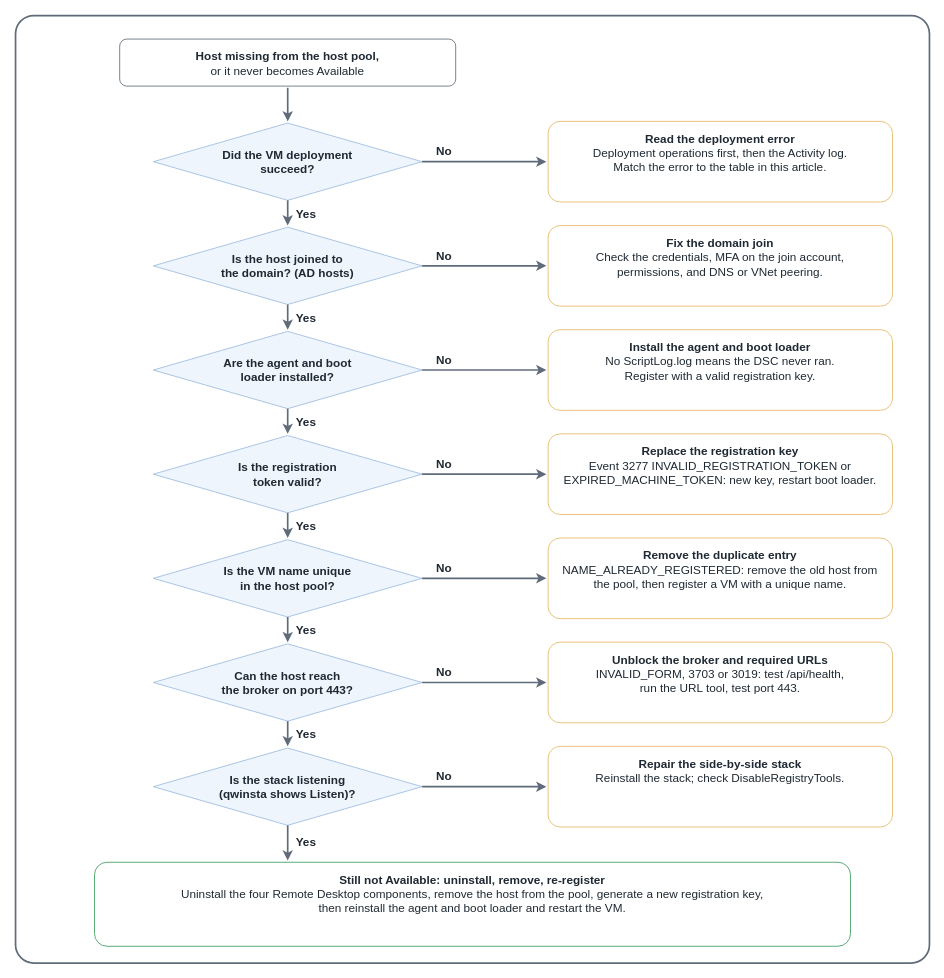
Before: src/img/avd/troubleshoot-host-pool-registration-failures.drawio in AddySidd27/cloud-ai-notes, a draw.io diagram. Source tidied: cells renumbered, new cells numbered last; positions are measured from the earlier drawing's top-left corner, leaving out a move shared by most shapes. Both pictures are drawn from the tidied source at 84%, with x=0, y=0 at pixel (15, 15). Pictures stored in the file or linked from it are replaced by grey dashed boxes.
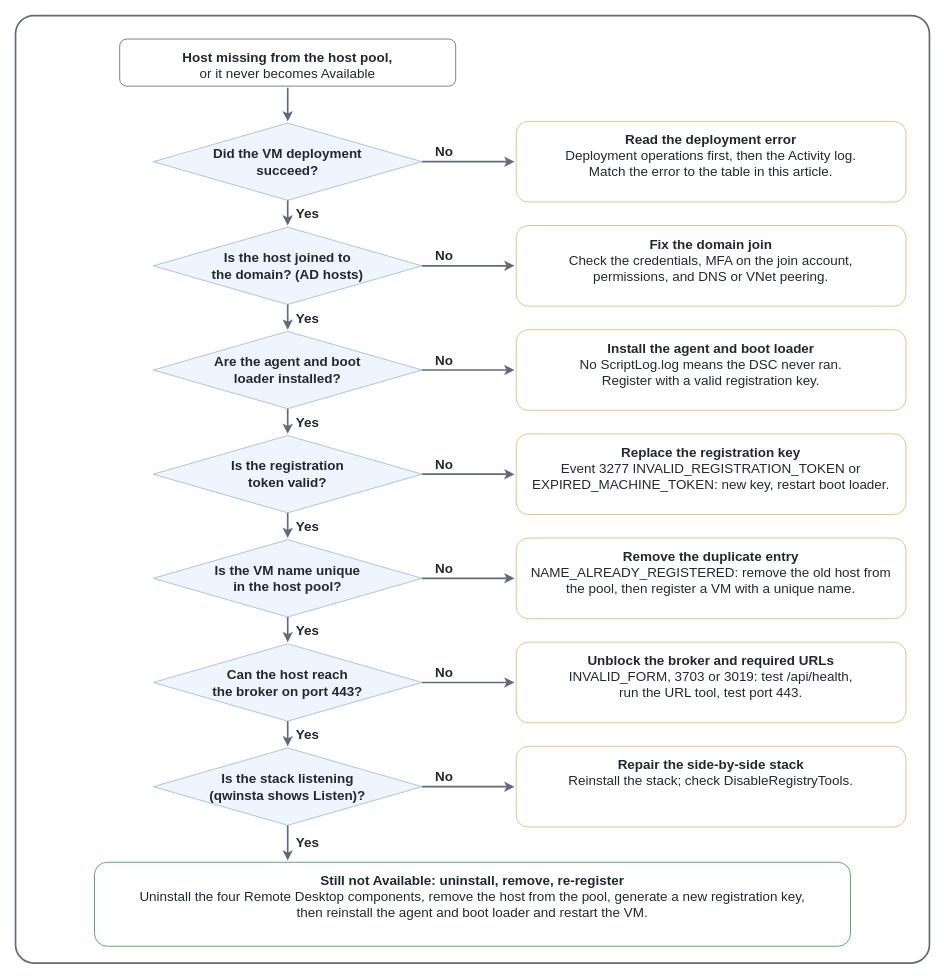
After the change.

The edit, as a diff of the source:
```diff
@@
-    <mxCell id="4" value="&lt;b&gt;Host missing from the host pool,&lt;/b&gt;&lt;br&gt;or it never becomes Available" style="rounded=1;whiteSpace=wrap;html=1;fillColor=#ffffff;strokeColor=#5f6b7a;fontSize=14;fontColor=#1f2933;verticalAlign=top;spacingTop=6;" parent="1" vertex="1">
+    <mxCell id="4" value="&lt;b&gt;Host missing from the host pool,&lt;/b&gt;&lt;br&gt;or it never becomes Available" style="rounded=1;whiteSpace=wrap;html=1;fillColor=#ffffff;strokeColor=#5f6b7a;fontSize=16;fontColor=#1f2933;verticalAlign=top;spacingTop=6;" parent="1" vertex="1">
       <mxGeometry x="124" y="28" width="400" height="56" as="geometry" />
     </mxCell>
@@
-    <mxCell id="6" value="&lt;b&gt;Did the VM deployment&lt;br&gt;succeed?&lt;/b&gt;" style="rhombus;whiteSpace=wrap;html=1;fillColor=#eef5fc;strokeColor=#9bbbe0;fontSize=14;fontColor=#1f2933;" parent="1" vertex="1">
+    <mxCell id="6" value="&lt;b&gt;Did the VM deployment&lt;br&gt;succeed?&lt;/b&gt;" style="rhombus;whiteSpace=wrap;html=1;fillColor=#eef5fc;strokeColor=#9bbbe0;fontSize=16;fontColor=#1f2933;" parent="1" vertex="1">
       <mxGeometry x="164" y="128" width="320" height="92" as="geometry" />
     </mxCell>
-    <mxCell id="7" value="&lt;b&gt;Read the deployment error&lt;/b&gt;&lt;br&gt;Deployment operations first, then the Activity log.&lt;br&gt;Match the error to the table in this article." style="rounded=1;whiteSpace=wrap;html=1;fillColor=#ffffff;strokeColor=#e6b866;fontSize=14;fontColor=#1f2933;verticalAlign=top;spacingTop=6;" parent="1" vertex="1">
-      <mxGeometry x="634" y="126" width="410" height="96" as="geometry" />
+    <mxCell id="7" value="&lt;b&gt;Read the deployment error&lt;/b&gt;&lt;br&gt;Deployment operations first, then the Activity log.&lt;br&gt;Match the error to the table in this article." style="rounded=1;whiteSpace=wrap;html=1;fillColor=#ffffff;strokeColor=#e6b866;fontSize=16;fontColor=#1f2933;verticalAlign=top;spacingTop=6;" parent="1" vertex="1">
+      <mxGeometry x="596" y="126" width="464" height="96" as="geometry" />
     </mxCell>
     <mxCell id="8" style="edgeStyle=none;html=1;endArrow=classic;strokeColor=#5f6b7a;strokeWidth=2;" parent="1" edge="1">
       <mxGeometry relative="1" as="geometry">
         <mxPoint x="484" y="174" as="sourcePoint" />
-        <mxPoint x="632" y="174" as="targetPoint" />
+        <mxPoint x="594" y="174" as="targetPoint" />
       </mxGeometry>
     </mxCell>
-    <mxCell id="9" value="&lt;b&gt;No&lt;/b&gt;" style="text;html=1;align=center;verticalAlign=middle;fontSize=14;fontColor=#1f2933;" parent="1" vertex="1">
+    <mxCell id="9" value="&lt;b&gt;No&lt;/b&gt;" style="text;html=1;align=center;verticalAlign=middle;fontSize=16;fontColor=#1f2933;" parent="1" vertex="1">
       <mxGeometry x="490" y="150" width="40" height="24" as="geometry" />
     </mxCell>
@@
-    <mxCell id="11" value="&lt;b&gt;Yes&lt;/b&gt;" style="text;html=1;align=left;verticalAlign=middle;fontSize=14;fontColor=#1f2933;" parent="1" vertex="1">
+    <mxCell id="11" value="&lt;b&gt;Yes&lt;/b&gt;" style="text;html=1;align=left;verticalAlign=middle;fontSize=16;fontColor=#1f2933;" parent="1" vertex="1">
       <mxGeometry x="332" y="224" width="40" height="24" as="geometry" />
     </mxCell>
-    <mxCell id="12" value="&lt;b&gt;Is the host joined to&lt;br&gt;the domain? (AD hosts)&lt;/b&gt;" style="rhombus;whiteSpace=wrap;html=1;fillColor=#eef5fc;strokeColor=#9bbbe0;fontSize=14;fontColor=#1f2933;" parent="1" vertex="1">
+    <mxCell id="12" value="&lt;b&gt;Is the host joined to&lt;br&gt;the domain? (AD hosts)&lt;/b&gt;" style="rhombus;whiteSpace=wrap;html=1;fillColor=#eef5fc;strokeColor=#9bbbe0;fontSize=16;fontColor=#1f2933;" parent="1" vertex="1">
       <mxGeometry x="164" y="252" width="320" height="92" as="geometry" />
     </mxCell>
-    <mxCell id="13" value="&lt;b&gt;Fix the domain join&lt;/b&gt;&lt;br&gt;Check the credentials, MFA on the join account,&lt;br&gt;permissions, and DNS or VNet peering." style="rounded=1;whiteSpace=wrap;html=1;fillColor=#ffffff;strokeColor=#e6b866;fontSize=14;fontColor=#1f2933;verticalAlign=top;spacingTop=6;" parent="1" vertex="1">
-      <mxGeometry x="634" y="250" width="410" height="96" as="geometry" />
+    <mxCell id="13" value="&lt;b&gt;Fix the domain join&lt;/b&gt;&lt;br&gt;Check the credentials, MFA on the join account,&lt;br&gt;permissions, and DNS or VNet peering." style="rounded=1;whiteSpace=wrap;html=1;fillColor=#ffffff;strokeColor=#e6b866;fontSize=16;fontColor=#1f2933;verticalAlign=top;spacingTop=6;" parent="1" vertex="1">
+      <mxGeometry x="596" y="250" width="464" height="96" as="geometry" />
     </mxCell>
     <mxCell id="14" style="edgeStyle=none;html=1;endArrow=classic;strokeColor=#5f6b7a;strokeWidth=2;" parent="1" edge="1">
       <mxGeometry relative="1" as="geometry">
         <mxPoint x="484" y="298" as="sourcePoint" />
-        <mxPoint x="632" y="298" as="targetPoint" />
+        <mxPoint x="594" y="298" as="targetPoint" />
       </mxGeometry>
     </mxCell>
-    <mxCell id="15" value="&lt;b&gt;No&lt;/b&gt;" style="text;html=1;align=center;verticalAlign=middle;fontSize=14;fontColor=#1f2933;" parent="1" vertex="1">
+    <mxCell id="15" value="&lt;b&gt;No&lt;/b&gt;" style="text;html=1;align=center;verticalAlign=middle;fontSize=16;fontColor=#1f2933;" parent="1" vertex="1">
       <mxGeometry x="490" y="274" width="40" height="24" as="geometry" />
     </mxCell>
@@
-    <mxCell id="17" value="&lt;b&gt;Yes&lt;/b&gt;" style="text;html=1;align=left;verticalAlign=middle;fontSize=14;fontColor=#1f2933;" parent="1" vertex="1">
+    <mxCell id="17" value="&lt;b&gt;Yes&lt;/b&gt;" style="text;html=1;align=left;verticalAlign=middle;fontSize=16;fontColor=#1f2933;" parent="1" vertex="1">
       <mxGeometry x="332" y="348" width="40" height="24" as="geometry" />
     </mxCell>
-    <mxCell id="18" value="&lt;b&gt;Are the agent and boot&lt;br&gt;loader installed?&lt;/b&gt;" style="rhombus;whiteSpace=wrap;html=1;fillColor=#eef5fc;strokeColor=#9bbbe0;fontSize=14;fontColor=#1f2933;" parent="1" vertex="1">
+    <mxCell id="18" value="&lt;b&gt;Are the agent and boot&lt;br&gt;loader installed?&lt;/b&gt;" style="rhombus;whiteSpace=wrap;html=1;fillColor=#eef5fc;strokeColor=#9bbbe0;fontSize=16;fontColor=#1f2933;" parent="1" vertex="1">
       <mxGeometry x="164" y="376" width="320" height="92" as="geometry" />
     </mxCell>
-    <mxCell id="19" value="&lt;b&gt;Install the agent and boot loader&lt;/b&gt;&lt;br&gt;No ScriptLog.log means the DSC never ran.&lt;br&gt;Register with a valid registration key." style="rounded=1;whiteSpace=wrap;html=1;fillColor=#ffffff;strokeColor=#e6b866;fontSize=14;fontColor=#1f2933;verticalAlign=top;spacingTop=6;" parent="1" vertex="1">
-      <mxGeometry x="634" y="374" width="410" height="96" as="geometry" />
+    <mxCell id="19" value="&lt;b&gt;Install the agent and boot loader&lt;/b&gt;&lt;br&gt;No ScriptLog.log means the DSC never ran.&lt;br&gt;Register with a valid registration key." style="rounded=1;whiteSpace=wrap;html=1;fillColor=#ffffff;strokeColor=#e6b866;fontSize=16;fontColor=#1f2933;verticalAlign=top;spacingTop=6;" parent="1" vertex="1">
+      <mxGeometry x="596" y="374" width="464" height="96" as="geometry" />
     </mxCell>
     <mxCell id="20" style="edgeStyle=none;html=1;endArrow=classic;strokeColor=#5f6b7a;strokeWidth=2;" parent="1" edge="1">
       <mxGeometry relative="1" as="geometry">
         <mxPoint x="484" y="422" as="sourcePoint" />
-        <mxPoint x="632" y="422" as="targetPoint" />
+        <mxPoint x="594" y="422" as="targetPoint" />
       </mxGeometry>
     </mxCell>
-    <mxCell id="21" value="&lt;b&gt;No&lt;/b&gt;" style="text;html=1;align=center;verticalAlign=middle;fontSize=14;fontColor=#1f2933;" parent="1" vertex="1">
+    <mxCell id="21" value="&lt;b&gt;No&lt;/b&gt;" style="text;html=1;align=center;verticalAlign=middle;fontSize=16;fontColor=#1f2933;" parent="1" vertex="1">
       <mxGeometry x="490" y="398" width="40" height="24" as="geometry" />
     </mxCell>
@@
-    <mxCell id="23" value="&lt;b&gt;Yes&lt;/b&gt;" style="text;html=1;align=left;verticalAlign=middle;fontSize=14;fontColor=#1f2933;" parent="1" vertex="1">
+    <mxCell id="23" value="&lt;b&gt;Yes&lt;/b&gt;" style="text;html=1;align=left;verticalAlign=middle;fontSize=16;fontColor=#1f2933;" parent="1" vertex="1">
       <mxGeometry x="332" y="472" width="40" height="24" as="geometry" />
     </mxCell>
-    <mxCell id="24" value="&lt;b&gt;Is the registration&lt;br&gt;token valid?&lt;/b&gt;" style="rhombus;whiteSpace=wrap;html=1;fillColor=#eef5fc;strokeColor=#9bbbe0;fontSize=14;fontColor=#1f2933;" parent="1" vertex="1">
+    <mxCell id="24" value="&lt;b&gt;Is the registration&lt;br&gt;token valid?&lt;/b&gt;" style="rhombus;whiteSpace=wrap;html=1;fillColor=#eef5fc;strokeColor=#9bbbe0;fontSize=16;fontColor=#1f2933;" parent="1" vertex="1">
       <mxGeometry x="164" y="500" width="320" height="92" as="geometry" />
     </mxCell>
-    <mxCell id="25" value="&lt;b&gt;Replace the registration key&lt;/b&gt;&lt;br&gt;Event 3277 INVALID_REGISTRATION_TOKEN or&lt;br&gt;EXPIRED_MACHINE_TOKEN: new key, restart boot loader." style="rounded=1;whiteSpace=wrap;html=1;fillColor=#ffffff;strokeColor=#e6b866;fontSize=14;fontColor=#1f2933;verticalAlign=top;spacingTop=6;" parent="1" vertex="1">
-      <mxGeometry x="634" y="498" width="410" height="96" as="geometry" />
+    <mxCell id="25" value="&lt;b&gt;Replace the registration key&lt;/b&gt;&lt;br&gt;Event 3277 INVALID_REGISTRATION_TOKEN or&lt;br&gt;EXPIRED_MACHINE_TOKEN: new key, restart boot loader." style="rounded=1;whiteSpace=wrap;html=1;fillColor=#ffffff;strokeColor=#e6b866;fontSize=16;fontColor=#1f2933;verticalAlign=top;spacingTop=6;" parent="1" vertex="1">
+      <mxGeometry x="596" y="498" width="464" height="96" as="geometry" />
     </mxCell>
     <mxCell id="26" style="edgeStyle=none;html=1;endArrow=classic;strokeColor=#5f6b7a;strokeWidth=2;" parent="1" edge="1">
       <mxGeometry relative="1" as="geometry">
         <mxPoint x="484" y="546" as="sourcePoint" />
-        <mxPoint x="632" y="546" as="targetPoint" />
+        <mxPoint x="594" y="546" as="targetPoint" />
       </mxGeometry>
     </mxCell>
-    <mxCell id="27" value="&lt;b&gt;No&lt;/b&gt;" style="text;html=1;align=center;verticalAlign=middle;fontSize=14;fontColor=#1f2933;" parent="1" vertex="1">
+    <mxCell id="27" value="&lt;b&gt;No&lt;/b&gt;" style="text;html=1;align=center;verticalAlign=middle;fontSize=16;fontColor=#1f2933;" parent="1" vertex="1">
       <mxGeometry x="490" y="522" width="40" height="24" as="geometry" />
     </mxCell>
@@
-    <mxCell id="29" value="&lt;b&gt;Yes&lt;/b&gt;" style="text;html=1;align=left;verticalAlign=middle;fontSize=14;fontColor=#1f2933;" parent="1" vertex="1">
+    <mxCell id="29" value="&lt;b&gt;Yes&lt;/b&gt;" style="text;html=1;align=left;verticalAlign=middle;fontSize=16;fontColor=#1f2933;" parent="1" vertex="1">
       <mxGeometry x="332" y="596" width="40" height="24" as="geometry" />
     </mxCell>
-    <mxCell id="30" value="&lt;b&gt;Is the VM name unique&lt;br&gt;in the host pool?&lt;/b&gt;" style="rhombus;whiteSpace=wrap;html=1;fillColor=#eef5fc;strokeColor=#9bbbe0;fontSize=14;fontColor=#1f2933;" parent="1" vertex="1">
+    <mxCell id="30" value="&lt;b&gt;Is the VM name unique&lt;br&gt;in the host pool?&lt;/b&gt;" style="rhombus;whiteSpace=wrap;html=1;fillColor=#eef5fc;strokeColor=#9bbbe0;fontSize=16;fontColor=#1f2933;" parent="1" vertex="1">
       <mxGeometry x="164" y="624" width="320" height="92" as="geometry" />
     </mxCell>
-    <mxCell id="31" value="&lt;b&gt;Remove the duplicate entry&lt;/b&gt;&lt;br&gt;NAME_ALREADY_REGISTERED: remove the old host from&lt;br&gt;the pool, then register a VM with a unique name." style="rounded=1;whiteSpace=wrap;html=1;fillColor=#ffffff;strokeColor=#e6b866;fontSize=14;fontColor=#1f2933;verticalAlign=top;spacingTop=6;" parent="1" vertex="1">
-      <mxGeometry x="634" y="622" width="410" height="96" as="geometry" />
+    <mxCell id="31" value="&lt;b&gt;Remove the duplicate entry&lt;/b&gt;&lt;br&gt;NAME_ALREADY_REGISTERED: remove the old host from&lt;br&gt;the pool, then register a VM with a unique name." style="rounded=1;whiteSpace=wrap;html=1;fillColor=#ffffff;strokeColor=#e6b866;fontSize=16;fontColor=#1f2933;verticalAlign=top;spacingTop=6;" parent="1" vertex="1">
+      <mxGeometry x="596" y="622" width="464" height="96" as="geometry" />
     </mxCell>
     <mxCell id="32" style="edgeStyle=none;html=1;endArrow=classic;strokeColor=#5f6b7a;strokeWidth=2;" parent="1" edge="1">
       <mxGeometry relative="1" as="geometry">
         <mxPoint x="484" y="670" as="sourcePoint" />
-        <mxPoint x="632" y="670" as="targetPoint" />
+        <mxPoint x="594" y="670" as="targetPoint" />
       </mxGeometry>
     </mxCell>
-    <mxCell id="33" value="&lt;b&gt;No&lt;/b&gt;" style="text;html=1;align=center;verticalAlign=middle;fontSize=14;fontColor=#1f2933;" parent="1" vertex="1">
+    <mxCell id="33" value="&lt;b&gt;No&lt;/b&gt;" style="text;html=1;align=center;verticalAlign=middle;fontSize=16;fontColor=#1f2933;" parent="1" vertex="1">
       <mxGeometry x="490" y="646" width="40" height="24" as="geometry" />
     </mxCell>
@@
-    <mxCell id="35" value="&lt;b&gt;Yes&lt;/b&gt;" style="text;html=1;align=left;verticalAlign=middle;fontSize=14;fontColor=#1f2933;" parent="1" vertex="1">
+    <mxCell id="35" value="&lt;b&gt;Yes&lt;/b&gt;" style="text;html=1;align=left;verticalAlign=middle;fontSize=16;fontColor=#1f2933;" parent="1" vertex="1">
       <mxGeometry x="332" y="720" width="40" height="24" as="geometry" />
     </mxCell>
-    <mxCell id="36" value="&lt;b&gt;Can the host reach&lt;br&gt;the broker on port 443?&lt;/b&gt;" style="rhombus;whiteSpace=wrap;html=1;fillColor=#eef5fc;strokeColor=#9bbbe0;fontSize=14;fontColor=#1f2933;" parent="1" vertex="1">
+    <mxCell id="36" value="&lt;b&gt;Can the host reach&lt;br&gt;the broker on port 443?&lt;/b&gt;" style="rhombus;whiteSpace=wrap;html=1;fillColor=#eef5fc;strokeColor=#9bbbe0;fontSize=16;fontColor=#1f2933;" parent="1" vertex="1">
       <mxGeometry x="164" y="748" width="320" height="92" as="geometry" />
     </mxCell>
-    <mxCell id="37" value="&lt;b&gt;Unblock the broker and required URLs&lt;/b&gt;&lt;br&gt;INVALID_FORM, 3703 or 3019: test /api/health,&lt;br&gt;run the URL tool, test port 443." style="rounded=1;whiteSpace=wrap;html=1;fillColor=#ffffff;strokeColor=#e6b866;fontSize=14;fontColor=#1f2933;verticalAlign=top;spacingTop=6;" parent="1" vertex="1">
-      <mxGeometry x="634" y="746" width="410" height="96" as="geometry" />
+    <mxCell id="37" value="&lt;b&gt;Unblock the broker and required URLs&lt;/b&gt;&lt;br&gt;INVALID_FORM, 3703 or 3019: test /api/health,&lt;br&gt;run the URL tool, test port 443." style="rounded=1;whiteSpace=wrap;html=1;fillColor=#ffffff;strokeColor=#e6b866;fontSize=16;fontColor=#1f2933;verticalAlign=top;spacingTop=6;" parent="1" vertex="1">
+      <mxGeometry x="596" y="746" width="464" height="96" as="geometry" />
     </mxCell>
     <mxCell id="38" style="edgeStyle=none;html=1;endArrow=classic;strokeColor=#5f6b7a;strokeWidth=2;" parent="1" edge="1">
       <mxGeometry relative="1" as="geometry">
         <mxPoint x="484" y="794" as="sourcePoint" />
-        <mxPoint x="632" y="794" as="targetPoint" />
+        <mxPoint x="594" y="794" as="targetPoint" />
       </mxGeometry>
     </mxCell>
-    <mxCell id="39" value="&lt;b&gt;No&lt;/b&gt;" style="text;html=1;align=center;verticalAlign=middle;fontSize=14;fontColor=#1f2933;" parent="1" vertex="1">
+    <mxCell id="39" value="&lt;b&gt;No&lt;/b&gt;" style="text;html=1;align=center;verticalAlign=middle;fontSize=16;fontColor=#1f2933;" parent="1" vertex="1">
       <mxGeometry x="490" y="770" width="40" height="24" as="geometry" />
     </mxCell>
@@
-    <mxCell id="41" value="&lt;b&gt;Yes&lt;/b&gt;" style="text;html=1;align=left;verticalAlign=middle;fontSize=14;fontColor=#1f2933;" parent="1" vertex="1">
+    <mxCell id="41" value="&lt;b&gt;Yes&lt;/b&gt;" style="text;html=1;align=left;verticalAlign=middle;fontSize=16;fontColor=#1f2933;" parent="1" vertex="1">
       <mxGeometry x="332" y="844" width="40" height="24" as="geometry" />
     </mxCell>
-    <mxCell id="42" value="&lt;b&gt;Is the stack listening&lt;br&gt;(qwinsta shows Listen)?&lt;/b&gt;" style="rhombus;whiteSpace=wrap;html=1;fillColor=#eef5fc;strokeColor=#9bbbe0;fontSize=14;fontColor=#1f2933;" parent="1" vertex="1">
+    <mxCell id="42" value="&lt;b&gt;Is the stack listening&lt;br&gt;(qwinsta shows Listen)?&lt;/b&gt;" style="rhombus;whiteSpace=wrap;html=1;fillColor=#eef5fc;strokeColor=#9bbbe0;fontSize=16;fontColor=#1f2933;" parent="1" vertex="1">
       <mxGeometry x="164" y="872" width="320" height="92" as="geometry" />
     </mxCell>
-    <mxCell id="43" value="&lt;b&gt;Repair the side-by-side stack&lt;/b&gt;&lt;br&gt;Reinstall the stack; check DisableRegistryTools." style="rounded=1;whiteSpace=wrap;html=1;fillColor=#ffffff;strokeColor=#e6b866;fontSize=14;fontColor=#1f2933;verticalAlign=top;spacingTop=6;" parent="1" vertex="1">
-      <mxGeometry x="634" y="870" width="410" height="96" as="geometry" />
+    <mxCell id="43" value="&lt;b&gt;Repair the side-by-side stack&lt;/b&gt;&lt;br&gt;Reinstall the stack; check DisableRegistryTools." style="rounded=1;whiteSpace=wrap;html=1;fillColor=#ffffff;strokeColor=#e6b866;fontSize=16;fontColor=#1f2933;verticalAlign=top;spacingTop=6;" parent="1" vertex="1">
+      <mxGeometry x="596" y="870" width="464" height="96" as="geometry" />
     </mxCell>
     <mxCell id="44" style="edgeStyle=none;html=1;endArrow=classic;strokeColor=#5f6b7a;strokeWidth=2;" parent="1" edge="1">
       <mxGeometry relative="1" as="geometry">
         <mxPoint x="484" y="918" as="sourcePoint" />
-        <mxPoint x="632" y="918" as="targetPoint" />
+        <mxPoint x="594" y="918" as="targetPoint" />
       </mxGeometry>
     </mxCell>
-    <mxCell id="45" value="&lt;b&gt;No&lt;/b&gt;" style="text;html=1;align=center;verticalAlign=middle;fontSize=14;fontColor=#1f2933;" parent="1" vertex="1">
+    <mxCell id="45" value="&lt;b&gt;No&lt;/b&gt;" style="text;html=1;align=center;verticalAlign=middle;fontSize=16;fontColor=#1f2933;" parent="1" vertex="1">
       <mxGeometry x="490" y="894" width="40" height="24" as="geometry" />
     </mxCell>
@@
-    <mxCell id="47" value="&lt;b&gt;Yes&lt;/b&gt;" style="text;html=1;align=left;verticalAlign=middle;fontSize=14;fontColor=#1f2933;" parent="1" vertex="1">
+    <mxCell id="47" value="&lt;b&gt;Yes&lt;/b&gt;" style="text;html=1;align=left;verticalAlign=middle;fontSize=16;fontColor=#1f2933;" parent="1" vertex="1">
       <mxGeometry x="332" y="972" width="60" height="24" as="geometry" />
     </mxCell>
-    <mxCell id="48" value="&lt;b&gt;Still not Available: uninstall, remove, re-register&lt;/b&gt;&lt;br&gt;Uninstall the four Remote Desktop components, remove the host from the pool, generate a new registration key,&lt;br&gt;then reinstall the agent and boot loader and restart the VM." style="rounded=1;whiteSpace=wrap;html=1;fillColor=#ffffff;strokeColor=#3c9d5d;fontSize=14;fontColor=#1f2933;verticalAlign=top;spacingTop=6;" parent="1" vertex="1">
+    <mxCell id="48" value="&lt;b&gt;Still not Available: uninstall, remove, re-register&lt;/b&gt;&lt;br&gt;Uninstall the four Remote Desktop components, remove the host from the pool, generate a new registration key,&lt;br&gt;then reinstall the agent and boot loader and restart the VM." style="rounded=1;whiteSpace=wrap;html=1;fillColor=#ffffff;strokeColor=#3c9d5d;fontSize=16;fontColor=#1f2933;verticalAlign=top;spacingTop=6;" parent="1" vertex="1">
       <mxGeometry x="94" y="1008" width="900" height="100" as="geometry" />
     </mxCell>
```
